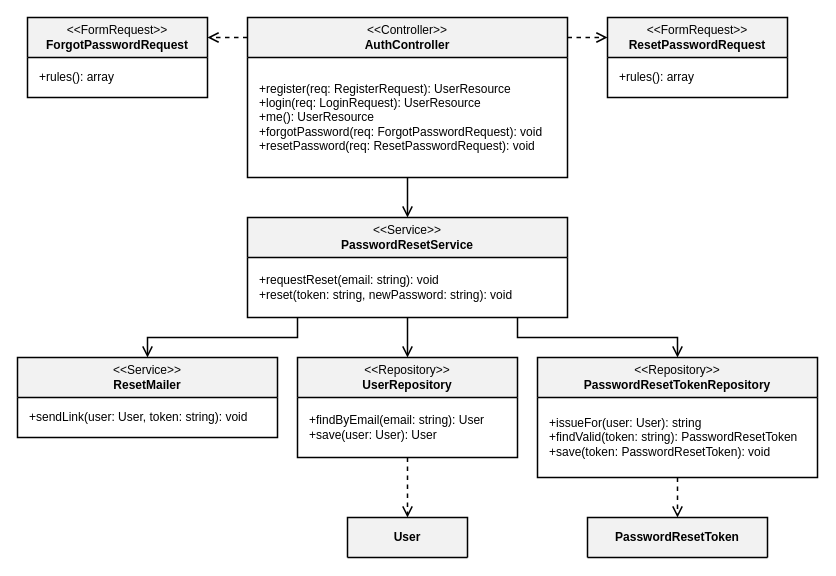
Before: especificacao/diagramas/13-classes-area-a-implementacao-recuperacao.drawio in Plataforma-de-Cursos-TCC/plataforma-cursos-docs, a draw.io diagram. Source tidied: cells renumbered, new cells numbered last; positions are measured from the earlier drawing's top-left corner, leaving out a move shared by most shapes. Both pictures are drawn from the tidied source at 100%, with x=0, y=0 at pixel (17, 17).
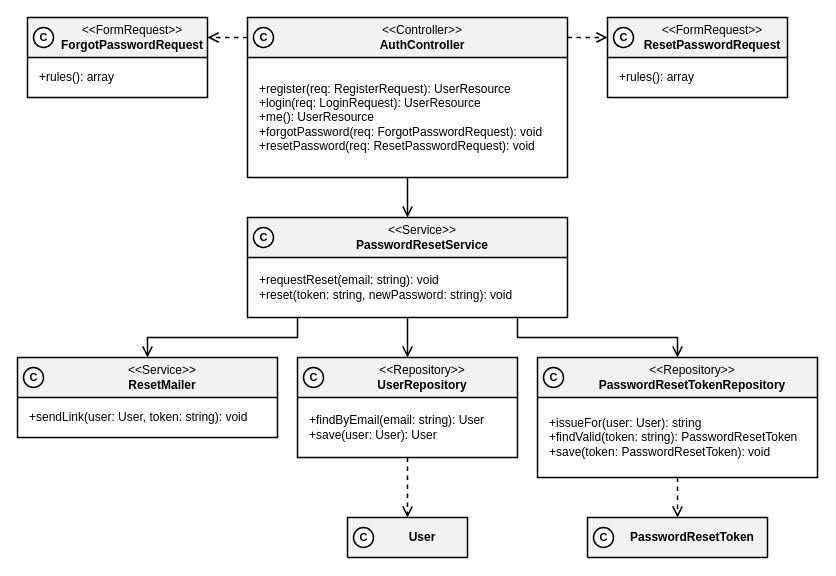
The same page after the edit.

Commit message (it also covers changes not shown here):
docs(classes): mark the element type with a circled letter in class diagrams

The edit, as a diff of the source:
```diff
@@
-    <mxCell id="2" value="&amp;lt;&amp;lt;FormRequest&amp;gt;&amp;gt;&lt;br&gt;&lt;b&gt;ForgotPasswordRequest&lt;/b&gt;" style="swimlane;fontStyle=0;horizontal=1;startSize=40;fillColor=#F2F2F2;whiteSpace=wrap;html=1;fontFamily=Helvetica;fontSize=12;strokeColor=#000000;strokeWidth=1.5;swimlaneFillColor=#FFFFFF;fontColor=#000000;" parent="1" vertex="1">
+    <mxCell id="2" value="&amp;lt;&amp;lt;FormRequest&amp;gt;&amp;gt;&lt;br&gt;&lt;b&gt;ForgotPasswordRequest&lt;/b&gt;" style="swimlane;fontStyle=0;horizontal=1;startSize=40;fillColor=#F2F2F2;whiteSpace=wrap;html=1;fontFamily=Helvetica;fontSize=12;strokeColor=#000000;strokeWidth=1.5;swimlaneFillColor=#FFFFFF;fontColor=#000000;spacingLeft=30;" parent="1" vertex="1">
       <mxGeometry x="10" width="180" height="80" as="geometry" />
     </mxCell>
@@
-    <mxCell id="4" value="&amp;lt;&amp;lt;Controller&amp;gt;&amp;gt;&lt;br&gt;&lt;b&gt;AuthController&lt;/b&gt;" style="swimlane;fontStyle=0;horizontal=1;startSize=40;fillColor=#F2F2F2;whiteSpace=wrap;html=1;fontFamily=Helvetica;fontSize=12;strokeColor=#000000;strokeWidth=1.5;swimlaneFillColor=#FFFFFF;fontColor=#000000;" parent="1" vertex="1">
+    <mxCell id="4" value="&amp;lt;&amp;lt;Controller&amp;gt;&amp;gt;&lt;br&gt;&lt;b&gt;AuthController&lt;/b&gt;" style="swimlane;fontStyle=0;horizontal=1;startSize=40;fillColor=#F2F2F2;whiteSpace=wrap;html=1;fontFamily=Helvetica;fontSize=12;strokeColor=#000000;strokeWidth=1.5;swimlaneFillColor=#FFFFFF;fontColor=#000000;spacingLeft=30;" parent="1" vertex="1">
       <mxGeometry x="230" width="320" height="160" as="geometry" />
     </mxCell>
@@
-    <mxCell id="6" value="&amp;lt;&amp;lt;FormRequest&amp;gt;&amp;gt;&lt;br&gt;&lt;b&gt;ResetPasswordRequest&lt;/b&gt;" style="swimlane;fontStyle=0;horizontal=1;startSize=40;fillColor=#F2F2F2;whiteSpace=wrap;html=1;fontFamily=Helvetica;fontSize=12;strokeColor=#000000;strokeWidth=1.5;swimlaneFillColor=#FFFFFF;fontColor=#000000;" parent="1" vertex="1">
+    <mxCell id="6" value="&amp;lt;&amp;lt;FormRequest&amp;gt;&amp;gt;&lt;br&gt;&lt;b&gt;ResetPasswordRequest&lt;/b&gt;" style="swimlane;fontStyle=0;horizontal=1;startSize=40;fillColor=#F2F2F2;whiteSpace=wrap;html=1;fontFamily=Helvetica;fontSize=12;strokeColor=#000000;strokeWidth=1.5;swimlaneFillColor=#FFFFFF;fontColor=#000000;spacingLeft=30;" parent="1" vertex="1">
       <mxGeometry x="590" width="180" height="80" as="geometry" />
     </mxCell>
@@
-    <mxCell id="8" value="&amp;lt;&amp;lt;Service&amp;gt;&amp;gt;&lt;br&gt;&lt;b&gt;PasswordResetService&lt;/b&gt;" style="swimlane;fontStyle=0;horizontal=1;startSize=40;fillColor=#F2F2F2;whiteSpace=wrap;html=1;fontFamily=Helvetica;fontSize=12;strokeColor=#000000;strokeWidth=1.5;swimlaneFillColor=#FFFFFF;fontColor=#000000;" parent="1" vertex="1">
+    <mxCell id="8" value="&amp;lt;&amp;lt;Service&amp;gt;&amp;gt;&lt;br&gt;&lt;b&gt;PasswordResetService&lt;/b&gt;" style="swimlane;fontStyle=0;horizontal=1;startSize=40;fillColor=#F2F2F2;whiteSpace=wrap;html=1;fontFamily=Helvetica;fontSize=12;strokeColor=#000000;strokeWidth=1.5;swimlaneFillColor=#FFFFFF;fontColor=#000000;spacingLeft=30;" parent="1" vertex="1">
       <mxGeometry x="230" y="200" width="320" height="100" as="geometry" />
     </mxCell>
@@
-    <mxCell id="10" value="&amp;lt;&amp;lt;Service&amp;gt;&amp;gt;&lt;br&gt;&lt;b&gt;ResetMailer&lt;/b&gt;" style="swimlane;fontStyle=0;horizontal=1;startSize=40;fillColor=#F2F2F2;whiteSpace=wrap;html=1;fontFamily=Helvetica;fontSize=12;strokeColor=#000000;strokeWidth=1.5;swimlaneFillColor=#FFFFFF;fontColor=#000000;" parent="1" vertex="1">
+    <mxCell id="10" value="&amp;lt;&amp;lt;Service&amp;gt;&amp;gt;&lt;br&gt;&lt;b&gt;ResetMailer&lt;/b&gt;" style="swimlane;fontStyle=0;horizontal=1;startSize=40;fillColor=#F2F2F2;whiteSpace=wrap;html=1;fontFamily=Helvetica;fontSize=12;strokeColor=#000000;strokeWidth=1.5;swimlaneFillColor=#FFFFFF;fontColor=#000000;spacingLeft=30;" parent="1" vertex="1">
       <mxGeometry y="340" width="260" height="80" as="geometry" />
     </mxCell>
@@
-    <mxCell id="12" value="&amp;lt;&amp;lt;Repository&amp;gt;&amp;gt;&lt;br&gt;&lt;b&gt;UserRepository&lt;/b&gt;" style="swimlane;fontStyle=0;horizontal=1;startSize=40;fillColor=#F2F2F2;whiteSpace=wrap;html=1;fontFamily=Helvetica;fontSize=12;strokeColor=#000000;strokeWidth=1.5;swimlaneFillColor=#FFFFFF;fontColor=#000000;" parent="1" vertex="1">
+    <mxCell id="12" value="&amp;lt;&amp;lt;Repository&amp;gt;&amp;gt;&lt;br&gt;&lt;b&gt;UserRepository&lt;/b&gt;" style="swimlane;fontStyle=0;horizontal=1;startSize=40;fillColor=#F2F2F2;whiteSpace=wrap;html=1;fontFamily=Helvetica;fontSize=12;strokeColor=#000000;strokeWidth=1.5;swimlaneFillColor=#FFFFFF;fontColor=#000000;spacingLeft=30;" parent="1" vertex="1">
       <mxGeometry x="280" y="340" width="220" height="100" as="geometry" />
     </mxCell>
@@
-    <mxCell id="14" value="&lt;b&gt;User&lt;/b&gt;" style="swimlane;fontStyle=0;horizontal=1;startSize=40;fillColor=#F2F2F2;whiteSpace=wrap;html=1;fontFamily=Helvetica;fontSize=12;strokeColor=#000000;strokeWidth=1.5;swimlaneFillColor=#FFFFFF;fontColor=#000000;" parent="1" vertex="1">
+    <mxCell id="14" value="&lt;b&gt;User&lt;/b&gt;" style="swimlane;fontStyle=0;horizontal=1;startSize=40;fillColor=#F2F2F2;whiteSpace=wrap;html=1;fontFamily=Helvetica;fontSize=12;strokeColor=#000000;strokeWidth=1.5;swimlaneFillColor=#FFFFFF;fontColor=#000000;spacingLeft=30;" parent="1" vertex="1">
       <mxGeometry x="330" y="500" width="120" height="40" as="geometry" />
     </mxCell>
-    <mxCell id="15" value="&amp;lt;&amp;lt;Repository&amp;gt;&amp;gt;&lt;br&gt;&lt;b&gt;PasswordResetTokenRepository&lt;/b&gt;" style="swimlane;fontStyle=0;horizontal=1;startSize=40;fillColor=#F2F2F2;whiteSpace=wrap;html=1;fontFamily=Helvetica;fontSize=12;strokeColor=#000000;strokeWidth=1.5;swimlaneFillColor=#FFFFFF;fontColor=#000000;" parent="1" vertex="1">
+    <mxCell id="15" value="&amp;lt;&amp;lt;Repository&amp;gt;&amp;gt;&lt;br&gt;&lt;b&gt;PasswordResetTokenRepository&lt;/b&gt;" style="swimlane;fontStyle=0;horizontal=1;startSize=40;fillColor=#F2F2F2;whiteSpace=wrap;html=1;fontFamily=Helvetica;fontSize=12;strokeColor=#000000;strokeWidth=1.5;swimlaneFillColor=#FFFFFF;fontColor=#000000;spacingLeft=30;" parent="1" vertex="1">
       <mxGeometry x="520" y="340" width="280" height="120" as="geometry" />
     </mxCell>
@@
-    <mxCell id="17" value="&lt;b&gt;PasswordResetToken&lt;/b&gt;" style="swimlane;fontStyle=0;horizontal=1;startSize=40;fillColor=#F2F2F2;whiteSpace=wrap;html=1;fontFamily=Helvetica;fontSize=12;strokeColor=#000000;strokeWidth=1.5;swimlaneFillColor=#FFFFFF;fontColor=#000000;" parent="1" vertex="1">
+    <mxCell id="17" value="&lt;b&gt;PasswordResetToken&lt;/b&gt;" style="swimlane;fontStyle=0;horizontal=1;startSize=40;fillColor=#F2F2F2;whiteSpace=wrap;html=1;fontFamily=Helvetica;fontSize=12;strokeColor=#000000;strokeWidth=1.5;swimlaneFillColor=#FFFFFF;fontColor=#000000;spacingLeft=30;" parent="1" vertex="1">
       <mxGeometry x="570" y="500" width="180" height="40" as="geometry" />
     </mxCell>
@@
+    <mxCell id="26" value="C" style="ellipse;html=1;fillColor=#FFFFFF;strokeColor=#000000;strokeWidth=1.5;fontFamily=Helvetica;fontSize=11;fontStyle=1;fontColor=#000000;" parent="1" vertex="1">
+      <mxGeometry x="16" y="10" width="20" height="20" as="geometry" />
+    </mxCell>
+    <mxCell id="27" value="C" style="ellipse;html=1;fillColor=#FFFFFF;strokeColor=#000000;strokeWidth=1.5;fontFamily=Helvetica;fontSize=11;fontStyle=1;fontColor=#000000;" parent="1" vertex="1">
+      <mxGeometry x="236" y="10" width="20" height="20" as="geometry" />
+    </mxCell>
+    <mxCell id="28" value="C" style="ellipse;html=1;fillColor=#FFFFFF;strokeColor=#000000;strokeWidth=1.5;fontFamily=Helvetica;fontSize=11;fontStyle=1;fontColor=#000000;" parent="1" vertex="1">
+      <mxGeometry x="596" y="10" width="20" height="20" as="geometry" />
+    </mxCell>
+    <mxCell id="29" value="C" style="ellipse;html=1;fillColor=#FFFFFF;strokeColor=#000000;strokeWidth=1.5;fontFamily=Helvetica;fontSize=11;fontStyle=1;fontColor=#000000;" parent="1" vertex="1">
+      <mxGeometry x="236" y="210" width="20" height="20" as="geometry" />
+    </mxCell>
+    <mxCell id="30" value="C" style="ellipse;html=1;fillColor=#FFFFFF;strokeColor=#000000;strokeWidth=1.5;fontFamily=Helvetica;fontSize=11;fontStyle=1;fontColor=#000000;" parent="1" vertex="1">
+      <mxGeometry x="6" y="350" width="20" height="20" as="geometry" />
+    </mxCell>
+    <mxCell id="31" value="C" style="ellipse;html=1;fillColor=#FFFFFF;strokeColor=#000000;strokeWidth=1.5;fontFamily=Helvetica;fontSize=11;fontStyle=1;fontColor=#000000;" parent="1" vertex="1">
+      <mxGeometry x="286" y="350" width="20" height="20" as="geometry" />
+    </mxCell>
+    <mxCell id="32" value="C" style="ellipse;html=1;fillColor=#FFFFFF;strokeColor=#000000;strokeWidth=1.5;fontFamily=Helvetica;fontSize=11;fontStyle=1;fontColor=#000000;" parent="1" vertex="1">
+      <mxGeometry x="336" y="510" width="20" height="20" as="geometry" />
+    </mxCell>
+    <mxCell id="33" value="C" style="ellipse;html=1;fillColor=#FFFFFF;strokeColor=#000000;strokeWidth=1.5;fontFamily=Helvetica;fontSize=11;fontStyle=1;fontColor=#000000;" parent="1" vertex="1">
+      <mxGeometry x="526" y="350" width="20" height="20" as="geometry" />
+    </mxCell>
+    <mxCell id="34" value="C" style="ellipse;html=1;fillColor=#FFFFFF;strokeColor=#000000;strokeWidth=1.5;fontFamily=Helvetica;fontSize=11;fontStyle=1;fontColor=#000000;" parent="1" vertex="1">
+      <mxGeometry x="576" y="510" width="20" height="20" as="geometry" />
+    </mxCell>
```
